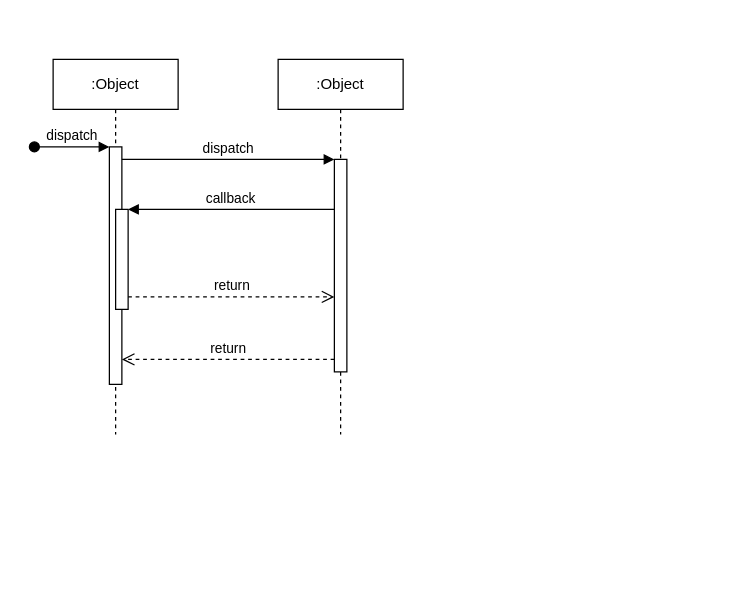
This is NHSO-Flow-chart.drawio from pukaponb/nhso-diagrams, a draw.io file, before an edit. Source tidied: cells renumbered, new cells numbered last; positions are measured from the earlier drawing's top-left corner, leaving out a move shared by most shapes. Both pictures are drawn from the tidied source at 125%, with x=0, y=0 at pixel (34, 59).
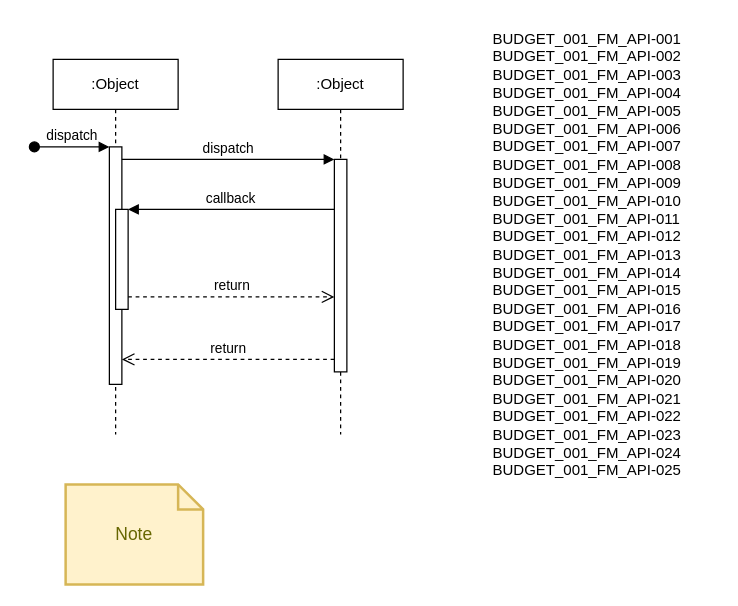
Above is the later version.

The edit, as a diff of the source:
```diff
@@
 <mxGraphModel>
   <root>
     <mxCell id="0" />
     <mxCell id="1" parent="0" />
     <mxCell id="2" value=":Object" style="shape=umlLifeline;perimeter=lifelinePerimeter;whiteSpace=wrap;html=1;newEdgeStyle={&quot;edgeStyle&quot;:&quot;elbowEdgeStyle&quot;,&quot;elbow&quot;:&quot;vertical&quot;,&quot;curved&quot;:0,&quot;rounded&quot;:0};" parent="1" vertex="1">
       <mxGeometry x="15" width="100" height="300" as="geometry" />
     </mxCell>
     <mxCell id="3" style="html=1;points=[];perimeter=orthogonalPerimeter;outlineConnect=0;targetShapes=umlLifeline;portConstraint=eastwest;newEdgeStyle={&quot;edgeStyle&quot;:&quot;elbowEdgeStyle&quot;,&quot;elbow&quot;:&quot;vertical&quot;,&quot;curved&quot;:0,&quot;rounded&quot;:0};" parent="2" vertex="1">
       <mxGeometry x="45" y="70" width="10" height="190" as="geometry" />
     </mxCell>
     <mxCell id="4" value="dispatch" style="html=1;verticalAlign=bottom;startArrow=oval;endArrow=block;startSize=8;edgeStyle=elbowEdgeStyle;elbow=vertical;curved=0;rounded=0;" parent="2" edge="1" target="3">
       <mxGeometry relative="1" as="geometry">
         <mxPoint x="-15" y="70" as="sourcePoint" />
       </mxGeometry>
     </mxCell>
     <mxCell id="5" style="html=1;points=[];perimeter=orthogonalPerimeter;outlineConnect=0;targetShapes=umlLifeline;portConstraint=eastwest;newEdgeStyle={&quot;edgeStyle&quot;:&quot;elbowEdgeStyle&quot;,&quot;elbow&quot;:&quot;vertical&quot;,&quot;curved&quot;:0,&quot;rounded&quot;:0};" parent="2" vertex="1">
       <mxGeometry x="50" y="120" width="10" height="80" as="geometry" />
     </mxCell>
     <mxCell id="6" value=":Object" style="shape=umlLifeline;perimeter=lifelinePerimeter;whiteSpace=wrap;html=1;newEdgeStyle={&quot;edgeStyle&quot;:&quot;elbowEdgeStyle&quot;,&quot;elbow&quot;:&quot;vertical&quot;,&quot;curved&quot;:0,&quot;rounded&quot;:0};" parent="1" vertex="1">
       <mxGeometry x="195" width="100" height="300" as="geometry" />
     </mxCell>
     <mxCell id="7" style="html=1;points=[];perimeter=orthogonalPerimeter;outlineConnect=0;targetShapes=umlLifeline;portConstraint=eastwest;newEdgeStyle={&quot;edgeStyle&quot;:&quot;elbowEdgeStyle&quot;,&quot;elbow&quot;:&quot;vertical&quot;,&quot;curved&quot;:0,&quot;rounded&quot;:0};" parent="6" vertex="1">
       <mxGeometry x="45" y="80" width="10" height="170" as="geometry" />
     </mxCell>
     <mxCell id="8" value="dispatch" style="html=1;verticalAlign=bottom;endArrow=block;edgeStyle=elbowEdgeStyle;elbow=vertical;curved=0;rounded=0;" parent="1" edge="1" source="3" target="7">
       <mxGeometry relative="1" as="geometry">
         <Array as="points">
           <mxPoint x="155" y="80" />
         </Array>
       </mxGeometry>
     </mxCell>
     <mxCell id="9" value="return" style="html=1;verticalAlign=bottom;endArrow=open;dashed=1;endSize=8;edgeStyle=elbowEdgeStyle;elbow=vertical;curved=0;rounded=0;" parent="1" edge="1" source="7" target="3">
       <mxGeometry relative="1" as="geometry">
         <Array as="points">
           <mxPoint x="165" y="240" />
         </Array>
       </mxGeometry>
     </mxCell>
     <mxCell id="10" value="callback" style="html=1;verticalAlign=bottom;endArrow=block;edgeStyle=elbowEdgeStyle;elbow=vertical;curved=0;rounded=0;" parent="1" edge="1" source="7" target="5">
       <mxGeometry relative="1" as="geometry">
         <Array as="points">
           <mxPoint x="165" y="120" />
         </Array>
       </mxGeometry>
     </mxCell>
     <mxCell id="11" value="return" style="html=1;verticalAlign=bottom;endArrow=open;dashed=1;endSize=8;edgeStyle=elbowEdgeStyle;elbow=vertical;curved=0;rounded=0;" parent="1" edge="1" source="5" target="7">
       <mxGeometry relative="1" as="geometry">
         <Array as="points">
           <mxPoint x="155" y="190" />
         </Array>
       </mxGeometry>
     </mxCell>
+    <mxCell id="12" value="BUDGET_001_FM_API-001&#10;BUDGET_001_FM_API-002&#10;BUDGET_001_FM_API-003&#10;BUDGET_001_FM_API-004&#10;BUDGET_001_FM_API-005&#10;BUDGET_001_FM_API-006&#10;BUDGET_001_FM_API-007&#10;BUDGET_001_FM_API-008&#10;BUDGET_001_FM_API-009&#10;BUDGET_001_FM_API-010&#10;BUDGET_001_FM_API-011&#10;BUDGET_001_FM_API-012&#10;BUDGET_001_FM_API-013&#10;BUDGET_001_FM_API-014&#10;BUDGET_001_FM_API-015&#10;BUDGET_001_FM_API-016&#10;BUDGET_001_FM_API-017&#10;BUDGET_001_FM_API-018&#10;BUDGET_001_FM_API-019&#10;BUDGET_001_FM_API-020&#10;BUDGET_001_FM_API-021&#10;BUDGET_001_FM_API-022&#10;BUDGET_001_FM_API-023&#10;BUDGET_001_FM_API-024&#10;BUDGET_001_FM_API-025" style="text;whiteSpace=wrap;" parent="1" vertex="1">
+      <mxGeometry x="365" y="-30" width="180" height="380" as="geometry" />
+    </mxCell>
+    <mxCell id="13" value="Note" style="shape=note;strokeWidth=2;fontSize=14;size=20;whiteSpace=wrap;html=1;fillColor=#fff2cc;strokeColor=#d6b656;fontColor=#666600;" parent="1" vertex="1">
+      <mxGeometry x="25" y="340" width="110" height="80" as="geometry" />
+    </mxCell>
   </root>
 </mxGraphModel>
```
